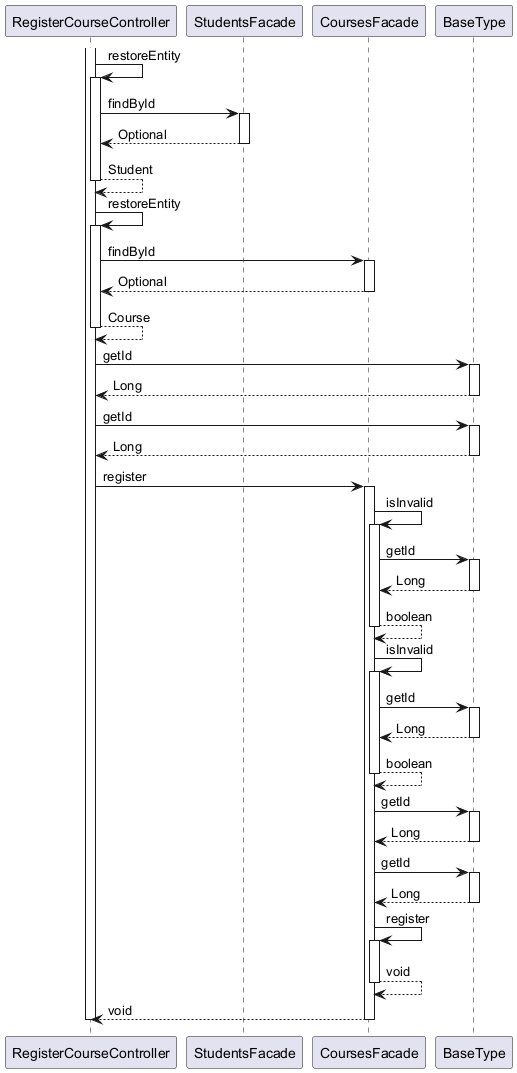
The PlantUML diagram ingress/documentation/html/images/Education.RegisterCourse.registerToCourse.puml.png.png in OlegSopilnyak/school-demo, before a commit.
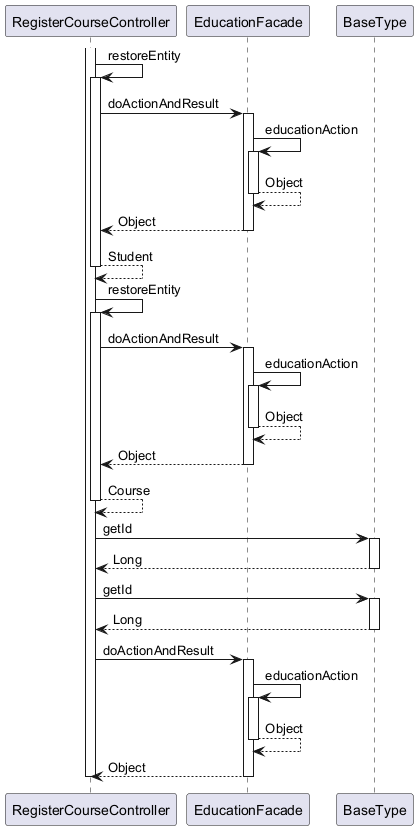
Above is the later version.

Change to the diagram source:
```diff
@@ -1,25 +1,32 @@
 @startuml
 
 participant RegisterCourseController
-participant StudentsFacade
-participant CoursesFacade
+participant EducationFacade
 participant BaseType
 
 activate RegisterCourseController
 	RegisterCourseController -> RegisterCourseController : restoreEntity
 	activate RegisterCourseController
-		RegisterCourseController -> StudentsFacade : findById
-		activate StudentsFacade
-			StudentsFacade --> RegisterCourseController : Optional
-		deactivate StudentsFacade
+		RegisterCourseController -> EducationFacade : doActionAndResult
+		activate EducationFacade
+			EducationFacade -> EducationFacade : educationAction
+			activate EducationFacade
+				EducationFacade --> EducationFacade : Object
+			deactivate EducationFacade
+			EducationFacade --> RegisterCourseController : Object
+		deactivate EducationFacade
 		RegisterCourseController --> RegisterCourseController : Student
 	deactivate RegisterCourseController
 	RegisterCourseController -> RegisterCourseController : restoreEntity
 	activate RegisterCourseController
-		RegisterCourseController -> CoursesFacade : findById
-		activate CoursesFacade
-			CoursesFacade --> RegisterCourseController : Optional
-		deactivate CoursesFacade
+		RegisterCourseController -> EducationFacade : doActionAndResult
+		activate EducationFacade
+			EducationFacade -> EducationFacade : educationAction
+			activate EducationFacade
+				EducationFacade --> EducationFacade : Object
+			deactivate EducationFacade
+			EducationFacade --> RegisterCourseController : Object
+		deactivate EducationFacade
 		RegisterCourseController --> RegisterCourseController : Course
 	deactivate RegisterCourseController
 	RegisterCourseController -> BaseType : getId
@@ -30,38 +37,14 @@
 	activate BaseType
 		BaseType --> RegisterCourseController : Long
 	deactivate BaseType
-	RegisterCourseController -> CoursesFacade : register
-	activate CoursesFacade
-		CoursesFacade -> CoursesFacade : isInvalid
-		activate CoursesFacade
-			CoursesFacade -> BaseType : getId
-			activate BaseType
-				BaseType --> CoursesFacade : Long
-			deactivate BaseType
-			CoursesFacade --> CoursesFacade : boolean
-		deactivate CoursesFacade
-		CoursesFacade -> CoursesFacade : isInvalid
-		activate CoursesFacade
-			CoursesFacade -> BaseType : getId
-			activate BaseType
-				BaseType --> CoursesFacade : Long
-			deactivate BaseType
-			CoursesFacade --> CoursesFacade : boolean
-		deactivate CoursesFacade
-		CoursesFacade -> BaseType : getId
-		activate BaseType
-			BaseType --> CoursesFacade : Long
-		deactivate BaseType
-		CoursesFacade -> BaseType : getId
-		activate BaseType
-			BaseType --> CoursesFacade : Long
-		deactivate BaseType
-		CoursesFacade -> CoursesFacade : register
-		activate CoursesFacade
-			CoursesFacade --> CoursesFacade : void
-		deactivate CoursesFacade
-		CoursesFacade --> RegisterCourseController : void
-	deactivate CoursesFacade
+	RegisterCourseController -> EducationFacade : doActionAndResult
+	activate EducationFacade
+		EducationFacade -> EducationFacade : educationAction
+		activate EducationFacade
+			EducationFacade --> EducationFacade : Object
+		deactivate EducationFacade
+		EducationFacade --> RegisterCourseController : Object
+	deactivate EducationFacade
 deactivate RegisterCourseController
 
 @enduml
```
